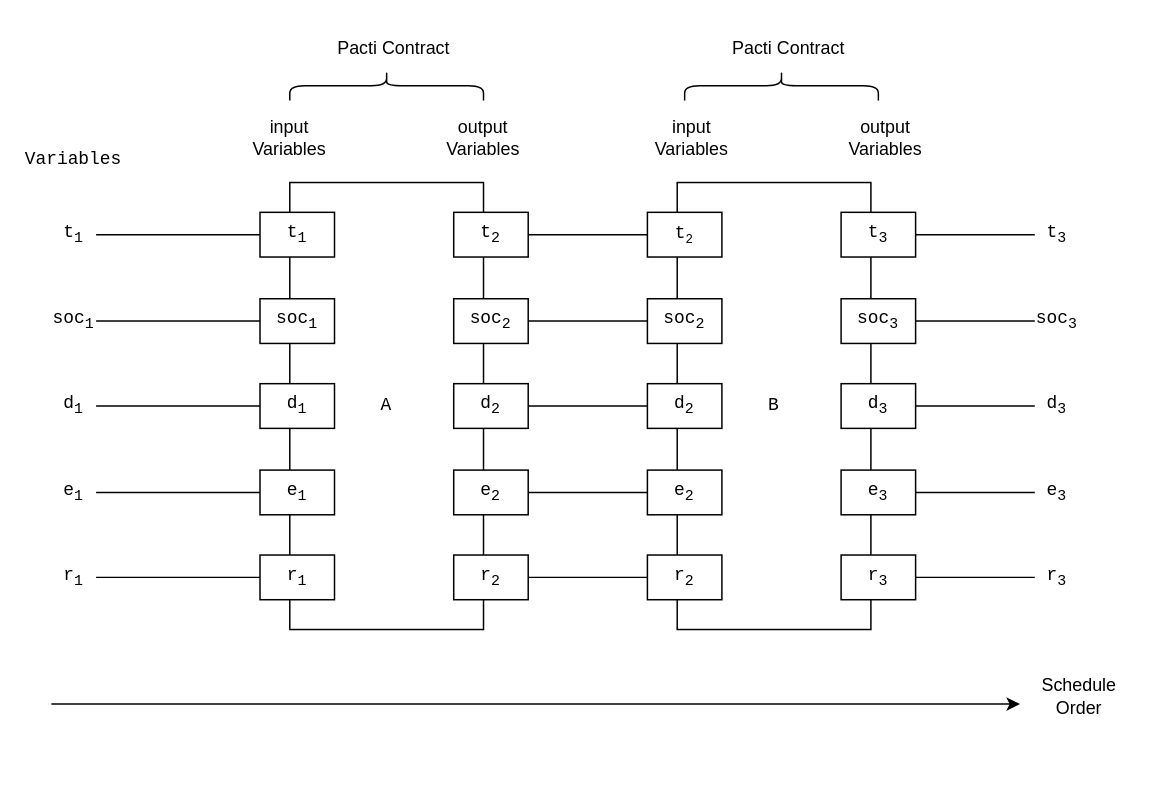
Before: case_studies/space_mission/figures/task-schedule-contracts.drawio in pacti-org/pacti, a draw.io diagram. Source tidied: cells renumbered, new cells numbered last; positions are measured from the earlier drawing's top-left corner, leaving out a move shared by most shapes. Both pictures are drawn from the tidied source at 149%, with x=0, y=0 at pixel (28, -12).
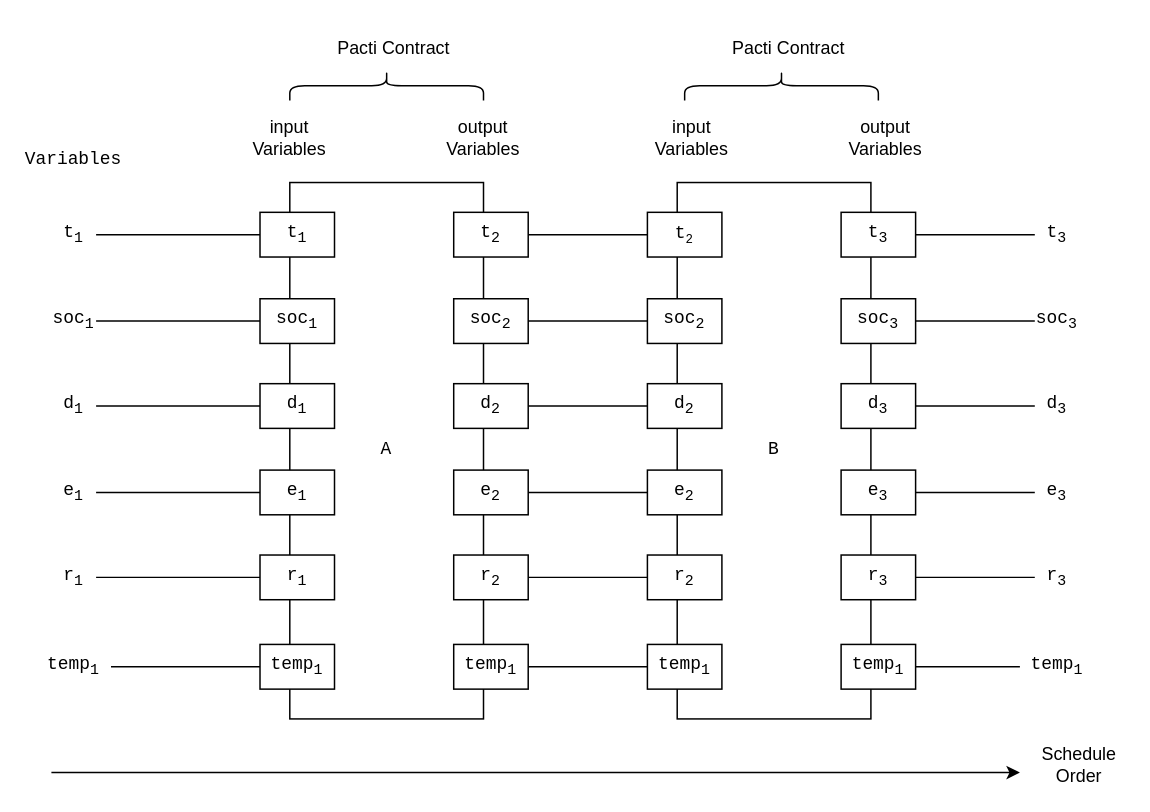
After the change.

The edit, as a diff of the source:
```diff
@@
     <mxCell id="2" style="endArrow=classic;html=1;rounded=0;" parent="1" edge="1">
       <mxGeometry relative="1" as="geometry">
-        <mxPoint x="15" y="480" as="sourcePoint" />
-        <mxPoint x="665" y="480" as="targetPoint" />
+        <mxPoint x="15" y="526" as="sourcePoint" />
+        <mxPoint x="665" y="526" as="targetPoint" />
       </mxGeometry>
     </mxCell>
     <mxCell id="3" value="Schedule&lt;br&gt;Order" style="text;html=1;strokeColor=none;fillColor=none;align=center;verticalAlign=middle;whiteSpace=wrap;rounded=0;" parent="1" vertex="1">
-      <mxGeometry x="675" y="460" width="60" height="30" as="geometry" />
+      <mxGeometry x="675" y="506" width="60" height="30" as="geometry" />
     </mxCell>
@@
     <mxCell id="15" style="group;" parent="1" vertex="1">
-      <mxGeometry x="155" y="130" width="180" height="300" as="geometry" />
+      <mxGeometry x="155" y="130" width="180" height="360" as="geometry" />
     </mxCell>
     <mxCell id="16" value="A" style="rounded=0;whiteSpace=wrap;html=1;fontFamily=Courier New;" parent="15" vertex="1">
-      <mxGeometry x="20" width="130" height="300" as="geometry" />
+      <mxGeometry x="20" width="130" height="360" as="geometry" />
     </mxCell>
@@
+    <mxCell id="62" value="temp&lt;sub&gt;1&lt;/sub&gt;" style="rounded=0;whiteSpace=wrap;html=1;fontFamily=Courier New;" parent="15" vertex="1">
+      <mxGeometry y="310" width="50" height="30" as="geometry" />
+    </mxCell>
+    <mxCell id="63" value="temp&lt;sub&gt;1&lt;/sub&gt;" style="rounded=0;whiteSpace=wrap;html=1;fontFamily=Courier New;" parent="15" vertex="1">
+      <mxGeometry x="130" y="310" width="50" height="30" as="geometry" />
+    </mxCell>
     <mxCell id="27" style="group;" parent="1" vertex="1">
-      <mxGeometry x="415" y="130" width="180" height="300" as="geometry" />
+      <mxGeometry x="415" y="130" width="180" height="360" as="geometry" />
     </mxCell>
     <mxCell id="28" value="B" style="rounded=0;whiteSpace=wrap;html=1;fontFamily=Courier New;" parent="27" vertex="1">
-      <mxGeometry x="20" width="130" height="300" as="geometry" />
+      <mxGeometry x="20" width="130" height="360" as="geometry" />
     </mxCell>
@@
+    <mxCell id="64" value="temp&lt;sub&gt;1&lt;/sub&gt;" style="rounded=0;whiteSpace=wrap;html=1;fontFamily=Courier New;" parent="27" vertex="1">
+      <mxGeometry y="310" width="50" height="30" as="geometry" />
+    </mxCell>
+    <mxCell id="65" value="temp&lt;sub&gt;1&lt;/sub&gt;" style="rounded=0;whiteSpace=wrap;html=1;fontFamily=Courier New;" parent="27" vertex="1">
+      <mxGeometry x="130" y="310" width="50" height="30" as="geometry" />
+    </mxCell>
@@
+    <mxCell id="66" style="edgeStyle=none;html=1;entryX=0;entryY=0.5;entryDx=0;entryDy=0;endArrow=none;endFill=0;" parent="1" edge="1" source="67" target="62">
+      <mxGeometry relative="1" as="geometry" />
+    </mxCell>
+    <mxCell id="67" value="&lt;span style=&quot;font-family: &amp;quot;Courier New&amp;quot;;&quot;&gt;temp&lt;/span&gt;&lt;sub style=&quot;font-family: &amp;quot;Courier New&amp;quot;;&quot;&gt;1&lt;/sub&gt;" style="text;html=1;strokeColor=none;fillColor=none;align=center;verticalAlign=middle;whiteSpace=wrap;rounded=0;" parent="1" vertex="1">
+      <mxGeometry x="5" y="440" width="50" height="30" as="geometry" />
+    </mxCell>
+    <mxCell id="68" value="&lt;span style=&quot;font-family: &amp;quot;Courier New&amp;quot;;&quot;&gt;temp&lt;/span&gt;&lt;sub style=&quot;font-family: &amp;quot;Courier New&amp;quot;;&quot;&gt;1&lt;/sub&gt;" style="text;html=1;strokeColor=none;fillColor=none;align=center;verticalAlign=middle;whiteSpace=wrap;rounded=0;" parent="1" vertex="1">
+      <mxGeometry x="665" y="440" width="50" height="30" as="geometry" />
+    </mxCell>
+    <mxCell id="69" style="edgeStyle=none;html=1;endArrow=none;endFill=0;" parent="1" edge="1" source="65" target="68">
+      <mxGeometry relative="1" as="geometry" />
+    </mxCell>
+    <mxCell id="70" style="edgeStyle=none;html=1;entryX=0;entryY=0.5;entryDx=0;entryDy=0;endArrow=none;endFill=0;" parent="1" edge="1" source="63" target="64">
+      <mxGeometry relative="1" as="geometry" />
+    </mxCell>
```
